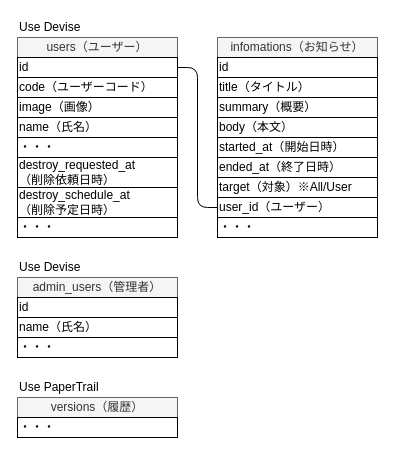
nightonlypj/rails-app-origin keeps this draw.io diagram as 設計/ER図.drawio. Above is the earlier version. Source tidied: cells renumbered, new cells numbered last; positions are measured from the earlier drawing's top-left corner, leaving out a move shared by most shapes. Both pictures are drawn from the tidied source at 100%, with x=0, y=0 at pixel (17, 17).
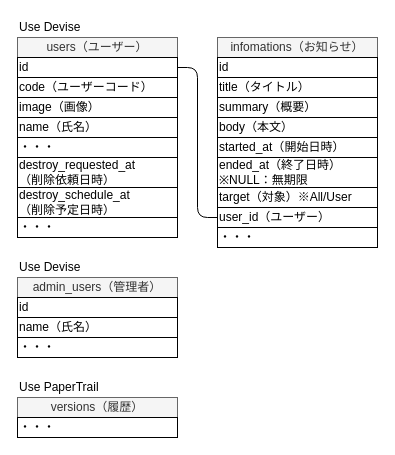
The same page after the edit.

What changed in the source:
```diff
@@
     <mxCell id="21" value="target（対象）※All/User" style="rounded=0;whiteSpace=wrap;html=1;align=left;" parent="1" vertex="1">
-      <mxGeometry x="200" y="160" width="160" height="20" as="geometry" />
+      <mxGeometry x="200" y="170" width="160" height="20" as="geometry" />
     </mxCell>
     <mxCell id="22" value="user_id（ユーザー）" style="rounded=0;whiteSpace=wrap;html=1;align=left;" parent="1" vertex="1">
-      <mxGeometry x="200" y="180" width="160" height="20" as="geometry" />
+      <mxGeometry x="200" y="190" width="160" height="20" as="geometry" />
     </mxCell>
     <mxCell id="23" value="・・・" style="rounded=0;whiteSpace=wrap;html=1;align=left;" parent="1" vertex="1">
-      <mxGeometry x="200" y="200" width="160" height="20" as="geometry" />
+      <mxGeometry x="200" y="210" width="160" height="20" as="geometry" />
     </mxCell>
@@
-    <mxCell id="26" value="ended_at（終了日時）" style="rounded=0;whiteSpace=wrap;html=1;align=left;" parent="1" vertex="1">
-      <mxGeometry x="200" y="140" width="160" height="20" as="geometry" />
+    <mxCell id="26" value="ended_at（終了日時）&lt;br&gt;※NULL：無期限" style="rounded=0;whiteSpace=wrap;html=1;align=left;" parent="1" vertex="1">
+      <mxGeometry x="200" y="140" width="160" height="30" as="geometry" />
     </mxCell>
```
